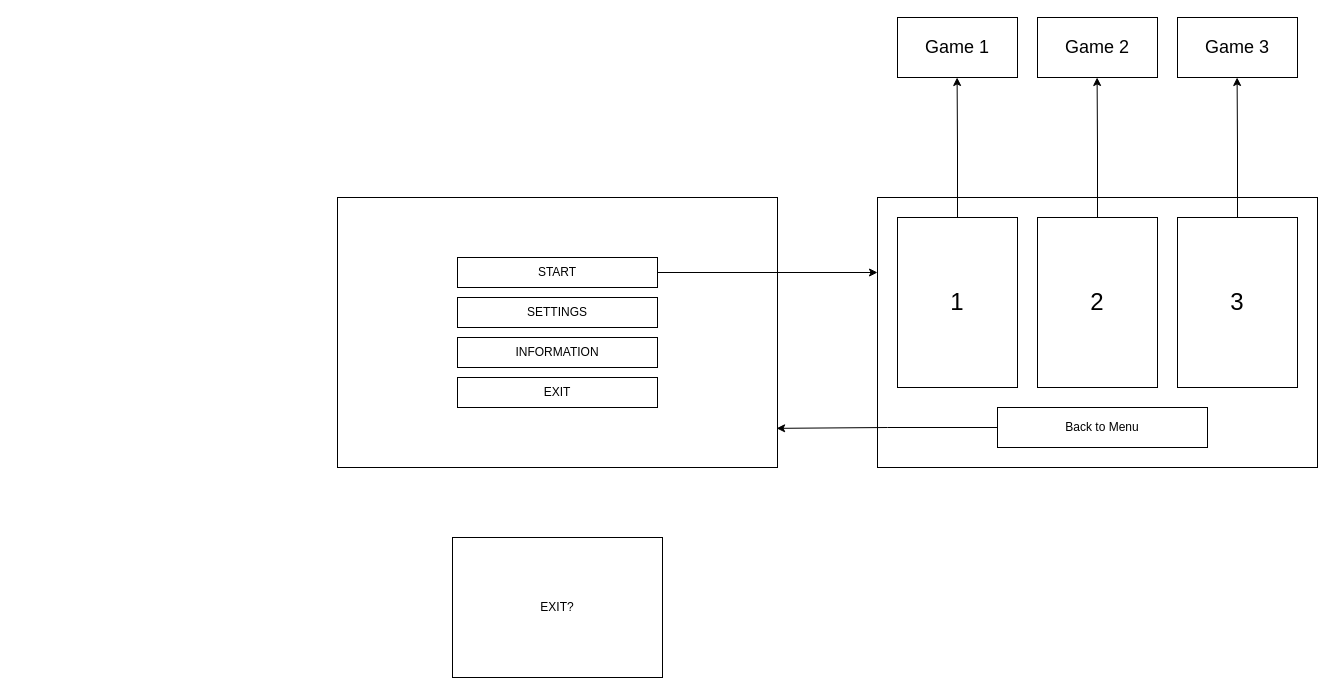
Earlier version of the draw.io diagram Діаграма без назви.drawio (AnnaLiulkova/picture32). Source tidied: cells renumbered, new cells numbered last; positions are measured from the earlier drawing's top-left corner, leaving out a move shared by most shapes. Both pictures are drawn from the tidied source at 100%, with x=0, y=0 at pixel (337, 17).
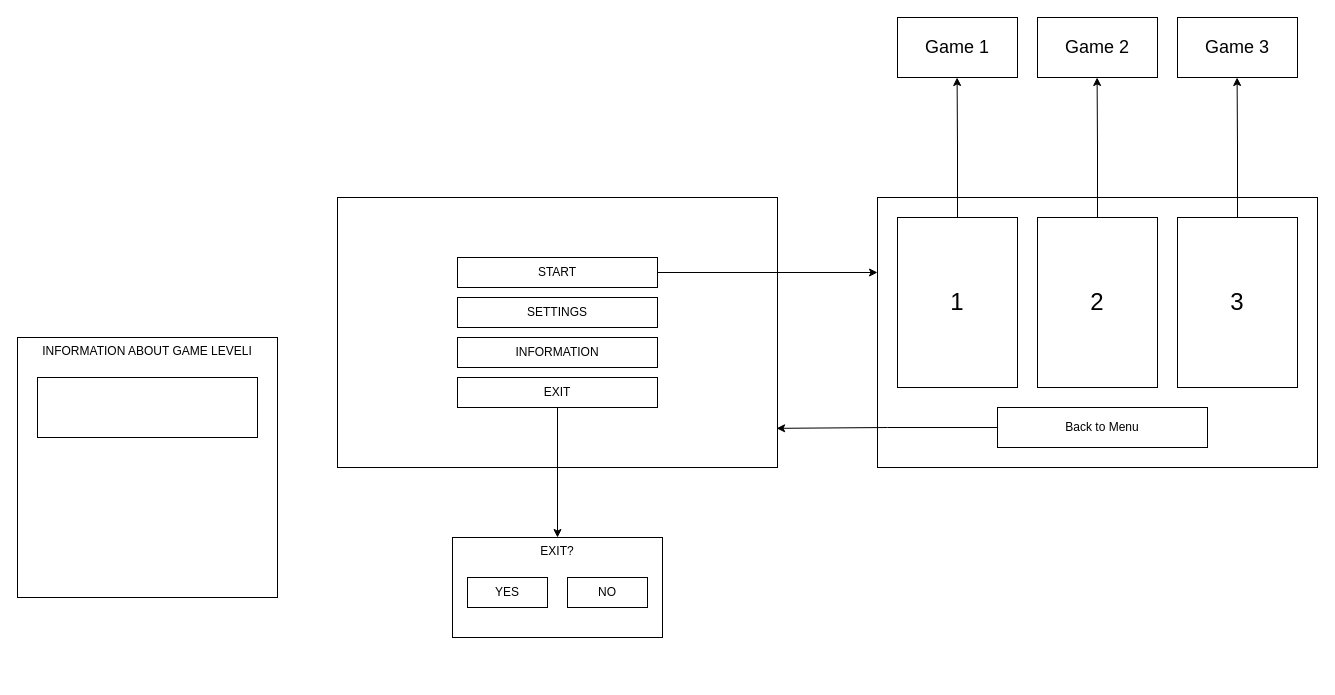
The same diagram, later.

The change refers to these unchanged cells:
```xml
<mxCell id="6" value="EXIT" style="rounded=0;whiteSpace=wrap;html=1;" parent="1" vertex="1">
  <mxGeometry x="120" y="360" width="200" height="30" as="geometry" />
</mxCell>
```

What changed in the source:
```diff
@@
+    <mxCell id="21" style="edgeStyle=orthogonalEdgeStyle;rounded=0;jettySize=auto;html=1;exitX=0.5;exitY=1;exitDx=0;exitDy=0;entryX=0.5;entryY=0;entryDx=0;entryDy=0;" parent="1" edge="1" source="6" target="20">
+      <mxGeometry relative="1" as="geometry" />
+    </mxCell>
@@
-    <mxCell id="20" value="EXIT?" style="rounded=0;whiteSpace=wrap;html=1;" parent="1" vertex="1">
-      <mxGeometry x="115" y="520" width="210" height="140" as="geometry" />
+    <mxCell id="20" value="EXIT?" style="rounded=0;whiteSpace=wrap;html=1;verticalAlign=top;" parent="1" vertex="1">
+      <mxGeometry x="115" y="520" width="210" height="100" as="geometry" />
     </mxCell>
+    <mxCell id="22" value="YES" style="rounded=0;whiteSpace=wrap;html=1;" parent="1" vertex="1">
+      <mxGeometry x="130" y="560" width="80" height="30" as="geometry" />
+    </mxCell>
+    <mxCell id="23" value="NO" style="rounded=0;whiteSpace=wrap;html=1;" parent="1" vertex="1">
+      <mxGeometry x="230" y="560" width="80" height="30" as="geometry" />
+    </mxCell>
+    <mxCell id="24" style="edgeStyle=orthogonalEdgeStyle;rounded=0;orthogonalLoop=1;jettySize=auto;html=1;exitX=0.5;exitY=1;exitDx=0;exitDy=0;" parent="1" edge="1" source="20" target="20">
+      <mxGeometry relative="1" as="geometry" />
+    </mxCell>
+    <mxCell id="25" value="INFORMATION ABOUT GAME LEVELІ" style="whiteSpace=wrap;html=1;verticalAlign=top;" parent="1" vertex="1">
+      <mxGeometry x="-320" y="320" width="260" height="260" as="geometry" />
+    </mxCell>
+    <mxCell id="26" style="rounded=0;whiteSpace=wrap;html=1;" parent="1" vertex="1">
+      <mxGeometry x="-300" y="360" width="220" height="60" as="geometry" />
+    </mxCell>
```
